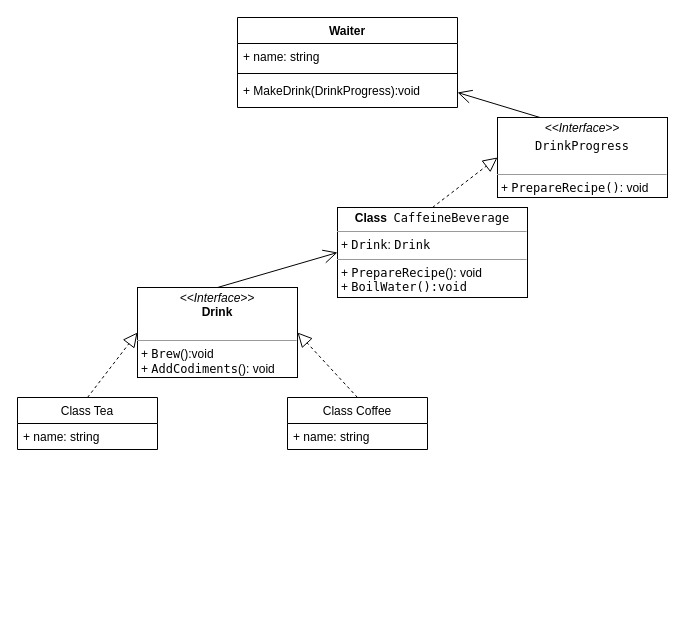
Above: Untitled Diagram.drawio in yuzp1996/alauda-ci (draw.io), before the change. Source tidied: cells renumbered, new cells numbered last; positions are measured from the earlier drawing's top-left corner, leaving out a move shared by most shapes. Both pictures are drawn from the tidied source at 100%, with x=0, y=0 at pixel (17, 17).
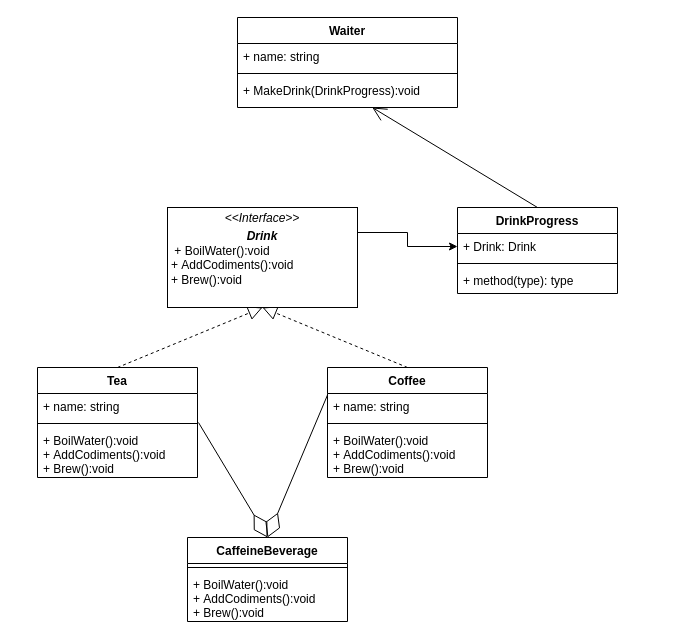
The same page after the edit.

Unchanged cells that the change refers to:
```xml
<mxCell id="17" value="+ MakeDrink(DrinkProgress):void" style="text;strokeColor=none;fillColor=none;align=left;verticalAlign=top;spacingLeft=4;spacingRight=4;overflow=hidden;points=[[0,0.5],[1,0.5]];portConstraint=eastwest;" parent="14" vertex="1">
  <mxGeometry y="60" width="220" height="30" as="geometry" />
</mxCell>
```

What changed in the source:
```diff
@@
-    <mxCell id="2" value="&lt;p style=&quot;margin: 0px ; margin-top: 4px ; text-align: center&quot;&gt;&lt;i&gt;&amp;lt;&amp;lt;Interface&amp;gt;&amp;gt;&lt;/i&gt;&lt;br&gt;&lt;b&gt;Drink&lt;/b&gt;&lt;/p&gt;&lt;p style=&quot;margin: 0px ; margin-left: 4px&quot;&gt;&lt;br&gt;&lt;/p&gt;&lt;hr size=&quot;1&quot;&gt;&lt;p style=&quot;margin: 0px ; margin-left: 4px&quot;&gt;+&amp;nbsp;&lt;span style=&quot;font-family: &amp;#34;menlo&amp;#34; ; font-size: 9pt&quot;&gt;Brew&lt;/span&gt;&lt;span&gt;():void&lt;/span&gt;&lt;/p&gt;&lt;p style=&quot;margin: 0px ; margin-left: 4px&quot;&gt;+&amp;nbsp;&lt;span style=&quot;font-family: &amp;#34;menlo&amp;#34; ; font-size: 9pt&quot;&gt;AddCodiments&lt;/span&gt;&lt;span&gt;(): void&lt;/span&gt;&lt;/p&gt;" style="verticalAlign=top;align=left;overflow=fill;fontSize=12;fontFamily=Helvetica;html=1;" parent="1" vertex="1">
-      <mxGeometry x="120" y="270" width="160" height="90" as="geometry" />
-    </mxCell>
-    <mxCell id="3" value="&lt;p style=&quot;margin: 0px ; margin-top: 4px ; text-align: center&quot;&gt;&lt;b&gt;Class&amp;nbsp;&amp;nbsp;&lt;/b&gt;&lt;span style=&quot;font-family: &amp;#34;menlo&amp;#34; ; font-size: 9pt ; text-align: left&quot;&gt;CaffeineBeverage&lt;/span&gt;&lt;/p&gt;&lt;hr size=&quot;1&quot;&gt;&lt;p style=&quot;margin: 0px ; margin-left: 4px&quot;&gt;+&amp;nbsp;&lt;span style=&quot;font-family: &amp;#34;menlo&amp;#34; ; font-size: 9pt&quot;&gt;Drink&lt;/span&gt;&lt;span&gt;:&amp;nbsp;&lt;/span&gt;&lt;span style=&quot;font-family: &amp;#34;menlo&amp;#34; ; font-size: 9pt&quot;&gt;Drink&lt;/span&gt;&lt;/p&gt;&lt;hr size=&quot;1&quot;&gt;&lt;p style=&quot;margin: 0px ; margin-left: 4px&quot;&gt;+&amp;nbsp;&lt;span style=&quot;font-family: &amp;#34;menlo&amp;#34; ; font-size: 9pt&quot;&gt;PrepareRecipe&lt;/span&gt;&lt;span&gt;(): void&lt;/span&gt;&lt;/p&gt;&lt;p style=&quot;margin: 0px ; margin-left: 4px&quot;&gt;&lt;span&gt;+&amp;nbsp;&lt;/span&gt;&lt;span style=&quot;font-family: &amp;#34;menlo&amp;#34; ; font-size: 9pt&quot;&gt;BoilWater&lt;/span&gt;&lt;span style=&quot;font-family: &amp;#34;menlo&amp;#34; ; font-size: 9pt&quot;&gt;():void&lt;/span&gt;&lt;/p&gt;" style="verticalAlign=top;align=left;overflow=fill;fontSize=12;fontFamily=Helvetica;html=1;" parent="1" vertex="1">
-      <mxGeometry x="320" y="190" width="190" height="90" as="geometry" />
-    </mxCell>
-    <mxCell id="4" style="endArrow=open;endFill=1;endSize=12;html=1;exitX=0.5;exitY=0;exitDx=0;exitDy=0;exitPerimeter=0;entryX=0;entryY=0.5;entryDx=0;entryDy=0;" parent="1" edge="1" source="2" target="3">
-      <mxGeometry relative="1" as="geometry" />
-    </mxCell>
-    <mxCell id="5" value="&lt;p style=&quot;margin: 0px ; margin-top: 4px ; text-align: center&quot;&gt;&lt;i&gt;&amp;lt;&amp;lt;Interface&amp;gt;&amp;gt;&lt;/i&gt;&lt;/p&gt;&lt;p style=&quot;margin: 0px ; margin-top: 4px ; text-align: center&quot;&gt;&lt;span style=&quot;font-family: &amp;#34;menlo&amp;#34; ; font-size: 9pt ; text-align: left&quot;&gt;DrinkProgress&lt;/span&gt;&lt;/p&gt;&lt;p style=&quot;margin: 0px ; margin-left: 4px&quot;&gt;&lt;br&gt;&lt;/p&gt;&lt;hr size=&quot;1&quot;&gt;&lt;p style=&quot;margin: 0px ; margin-left: 4px&quot;&gt;+&amp;nbsp;&lt;span style=&quot;font-family: &amp;#34;menlo&amp;#34; ; font-size: 9pt&quot;&gt;PrepareRecipe&lt;/span&gt;&lt;span style=&quot;font-family: &amp;#34;menlo&amp;#34; ; font-size: 9pt&quot;&gt;()&lt;/span&gt;&lt;span&gt;: void&lt;/span&gt;&lt;/p&gt;" style="verticalAlign=top;align=left;overflow=fill;fontSize=12;fontFamily=Helvetica;html=1;" parent="1" vertex="1">
-      <mxGeometry x="480" y="100" width="170" height="80" as="geometry" />
-    </mxCell>
-    <mxCell id="6" style="endArrow=block;dashed=1;endFill=0;endSize=12;html=1;exitX=0.5;exitY=0;exitDx=0;exitDy=0;entryX=0;entryY=0.5;entryDx=0;entryDy=0;" parent="1" edge="1" source="3" target="5">
-      <mxGeometry relative="1" as="geometry" />
-    </mxCell>
-    <mxCell id="7" value="Class Tea" style="swimlane;fontStyle=0;horizontal=1;startSize=26;fillColor=none;" parent="1" vertex="1">
-      <mxGeometry y="380" width="140" height="52" as="geometry" />
-    </mxCell>
-    <mxCell id="8" value="+ name: string" style="text;strokeColor=none;fillColor=none;align=left;verticalAlign=top;spacingLeft=4;spacingRight=4;overflow=hidden;" parent="7" vertex="1">
-      <mxGeometry y="26" width="140" height="26" as="geometry" />
-    </mxCell>
-    <mxCell id="9" value="Class Coffee" style="swimlane;fontStyle=0;horizontal=1;startSize=26;fillColor=none;" parent="1" vertex="1">
-      <mxGeometry x="270" y="380" width="140" height="52" as="geometry" />
-    </mxCell>
-    <mxCell id="10" value="+ name: string" style="text;strokeColor=none;fillColor=none;align=left;verticalAlign=top;spacingLeft=4;spacingRight=4;overflow=hidden;" parent="9" vertex="1">
-      <mxGeometry y="26" width="140" height="26" as="geometry" />
-    </mxCell>
-    <mxCell id="11" style="endArrow=block;dashed=1;endFill=0;endSize=12;html=1;entryX=0;entryY=0.5;entryDx=0;entryDy=0;exitX=0.5;exitY=0;exitDx=0;exitDy=0;" parent="1" edge="1" source="7" target="2">
+    <mxCell id="11" style="endArrow=block;dashed=1;endFill=0;endSize=12;html=1;entryX=0.5;entryY=1;entryDx=0;entryDy=0;exitX=0.5;exitY=0;exitDx=0;exitDy=0;" parent="1" edge="1" source="18" target="32">
       <mxGeometry relative="1" as="geometry" />
     </mxCell>
-    <mxCell id="12" style="endArrow=block;dashed=1;endFill=0;endSize=12;html=1;entryX=1;entryY=0.5;entryDx=0;entryDy=0;exitX=0.5;exitY=0;exitDx=0;exitDy=0;" parent="1" edge="1" source="9" target="2">
+    <mxCell id="12" style="endArrow=block;dashed=1;endFill=0;endSize=12;html=1;entryX=0.5;entryY=1;entryDx=0;entryDy=0;exitX=0.5;exitY=0;exitDx=0;exitDy=0;" parent="1" edge="1" source="22" target="32">
       <mxGeometry relative="1" as="geometry" />
     </mxCell>
-    <mxCell id="13" style="endArrow=open;endFill=1;endSize=12;html=1;exitX=0.25;exitY=0;exitDx=0;exitDy=0;entryX=1;entryY=0.5;entryDx=0;entryDy=0;" parent="1" edge="1" source="5" target="17">
+    <mxCell id="13" style="endArrow=open;endFill=1;endSize=12;html=1;exitX=0.5;exitY=0;exitDx=0;exitDy=0;" parent="1" edge="1" source="33" target="17">
       <mxGeometry relative="1" as="geometry" />
     </mxCell>
@@
+    <mxCell id="18" value="Tea" style="swimlane;fontStyle=1;align=center;verticalAlign=top;horizontal=1;startSize=26;" parent="1" vertex="1">
+      <mxGeometry x="20" y="350" width="160" height="110" as="geometry" />
+    </mxCell>
+    <mxCell id="19" value="+ name: string" style="text;strokeColor=none;fillColor=none;align=left;verticalAlign=top;spacingLeft=4;spacingRight=4;overflow=hidden;points=[[0,0.5],[1,0.5]];portConstraint=eastwest;" parent="18" vertex="1">
+      <mxGeometry y="26" width="160" height="26" as="geometry" />
+    </mxCell>
+    <mxCell id="20" style="line;strokeWidth=1;fillColor=none;align=left;verticalAlign=middle;spacingTop=-1;spacingLeft=3;spacingRight=3;labelPosition=right;" parent="18" vertex="1">
+      <mxGeometry y="52" width="160" height="8" as="geometry" />
+    </mxCell>
+    <mxCell id="21" value="+ BoilWater():void&#10;+ AddCodiments():void&#10;+ Brew():void&#10;" style="text;strokeColor=none;fillColor=none;align=left;verticalAlign=top;spacingLeft=4;spacingRight=4;overflow=hidden;" parent="18" vertex="1">
+      <mxGeometry y="60" width="160" height="50" as="geometry" />
+    </mxCell>
+    <mxCell id="22" value="Coffee" style="swimlane;fontStyle=1;align=center;verticalAlign=top;horizontal=1;startSize=26;" parent="1" vertex="1">
+      <mxGeometry x="310" y="350" width="160" height="110" as="geometry" />
+    </mxCell>
+    <mxCell id="23" value="+ name: string" style="text;strokeColor=none;fillColor=none;align=left;verticalAlign=top;spacingLeft=4;spacingRight=4;overflow=hidden;" parent="22" vertex="1">
+      <mxGeometry y="26" width="160" height="26" as="geometry" />
+    </mxCell>
+    <mxCell id="24" style="line;strokeWidth=1;fillColor=none;align=left;verticalAlign=middle;spacingTop=-1;spacingLeft=3;spacingRight=3;labelPosition=right;" parent="22" vertex="1">
+      <mxGeometry y="52" width="160" height="8" as="geometry" />
+    </mxCell>
+    <mxCell id="25" value="+ BoilWater():void&#10;+ AddCodiments():void&#10;+ Brew():void&#10;" style="text;strokeColor=none;fillColor=none;align=left;verticalAlign=top;spacingLeft=4;spacingRight=4;overflow=hidden;" parent="22" vertex="1">
+      <mxGeometry y="60" width="160" height="50" as="geometry" />
+    </mxCell>
+    <mxCell id="26" value="CaffeineBeverage" style="swimlane;fontStyle=1;align=center;verticalAlign=top;horizontal=1;startSize=26;" parent="1" vertex="1">
+      <mxGeometry x="170" y="520" width="160" height="84" as="geometry" />
+    </mxCell>
+    <mxCell id="27" style="line;strokeWidth=1;fillColor=none;align=left;verticalAlign=middle;spacingTop=-1;spacingLeft=3;spacingRight=3;labelPosition=right;" parent="26" vertex="1">
+      <mxGeometry y="26" width="160" height="8" as="geometry" />
+    </mxCell>
+    <mxCell id="28" value="+ BoilWater():void&#10;+ AddCodiments():void&#10;+ Brew():void" style="text;strokeColor=none;fillColor=none;align=left;verticalAlign=top;spacingLeft=4;spacingRight=4;overflow=hidden;" parent="26" vertex="1">
+      <mxGeometry y="34" width="160" height="50" as="geometry" />
+    </mxCell>
+    <mxCell id="29" style="endArrow=diamondThin;endFill=0;endSize=24;html=1;entryX=0.5;entryY=0;entryDx=0;entryDy=0;exitX=1.006;exitY=1.115;exitDx=0;exitDy=0;exitPerimeter=0;" parent="1" edge="1" source="19" target="26">
+      <mxGeometry relative="1" as="geometry" />
+    </mxCell>
+    <mxCell id="30" style="endArrow=diamondThin;endFill=0;endSize=24;html=1;entryX=0.5;entryY=0;entryDx=0;entryDy=0;exitX=0;exitY=0.25;exitDx=0;exitDy=0;" parent="1" edge="1" source="22" target="26">
+      <mxGeometry relative="1" as="geometry" />
+    </mxCell>
+    <mxCell id="31" style="edgeStyle=orthogonalEdgeStyle;rounded=0;jettySize=auto;html=1;exitX=1;exitY=0.25;exitDx=0;exitDy=0;entryX=0;entryY=0.5;entryDx=0;entryDy=0;" parent="1" edge="1" source="32" target="34">
+      <mxGeometry relative="1" as="geometry" />
+    </mxCell>
+    <mxCell id="32" value="&lt;p style=&quot;margin: 0px ; margin-top: 4px ; text-align: center&quot;&gt;&lt;i&gt;&amp;lt;&amp;lt;Interface&amp;gt;&amp;gt;&lt;/i&gt;&lt;/p&gt;&lt;p style=&quot;margin: 0px ; margin-top: 4px ; text-align: center&quot;&gt;&lt;i&gt;&lt;b&gt;Drink&lt;/b&gt;&lt;/i&gt;&lt;/p&gt;&lt;p style=&quot;margin: 0px ; margin-left: 4px&quot;&gt;&amp;nbsp;+ BoilWater():void&lt;br style=&quot;padding: 0px ; margin: 0px&quot;&gt;+&amp;nbsp;AddCodiments():void&lt;br style=&quot;padding: 0px ; margin: 0px&quot;&gt;+&amp;nbsp;Brew():void&lt;br&gt;&lt;/p&gt;" style="verticalAlign=top;align=left;overflow=fill;fontSize=12;fontFamily=Helvetica;html=1;" parent="1" vertex="1">
+      <mxGeometry x="150" y="190" width="190" height="100" as="geometry" />
+    </mxCell>
+    <mxCell id="33" value="DrinkProgress" style="swimlane;fontStyle=1;align=center;verticalAlign=top;horizontal=1;startSize=26;" parent="1" vertex="1">
+      <mxGeometry x="440" y="190" width="160" height="86" as="geometry" />
+    </mxCell>
+    <mxCell id="34" value="+ Drink: Drink" style="text;strokeColor=none;fillColor=none;align=left;verticalAlign=top;spacingLeft=4;spacingRight=4;overflow=hidden;points=[[0,0.5],[1,0.5]];portConstraint=eastwest;" parent="33" vertex="1">
+      <mxGeometry y="26" width="160" height="26" as="geometry" />
+    </mxCell>
+    <mxCell id="35" style="line;strokeWidth=1;fillColor=none;align=left;verticalAlign=middle;spacingTop=-1;spacingLeft=3;spacingRight=3;labelPosition=right;" parent="33" vertex="1">
+      <mxGeometry y="52" width="160" height="8" as="geometry" />
+    </mxCell>
+    <mxCell id="36" value="+ method(type): type" style="text;strokeColor=none;fillColor=none;align=left;verticalAlign=top;spacingLeft=4;spacingRight=4;overflow=hidden;" parent="33" vertex="1">
+      <mxGeometry y="60" width="160" height="26" as="geometry" />
+    </mxCell>
```
